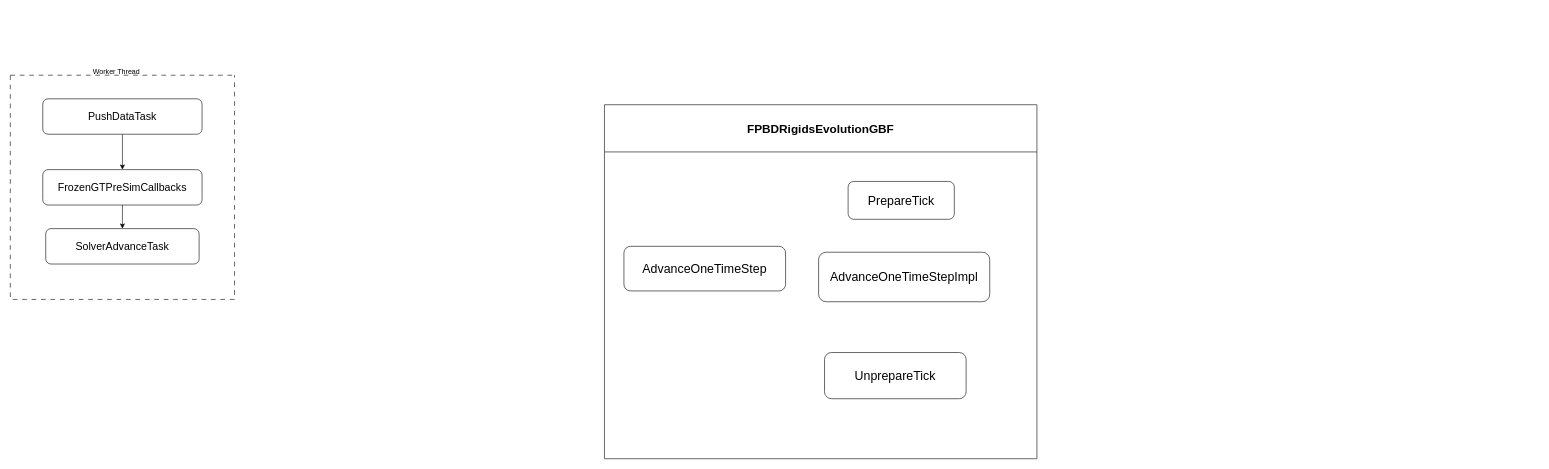
Before: ChaosPhysics.drawio in Allusteve/DrawioRepo, a draw.io diagram. Source tidied: cells renumbered, new cells numbered last; positions are measured from the earlier drawing's top-left corner, leaving out a move shared by most shapes. Both pictures are drawn from the tidied source at 59%, with x=0, y=0 at pixel (10, 63).
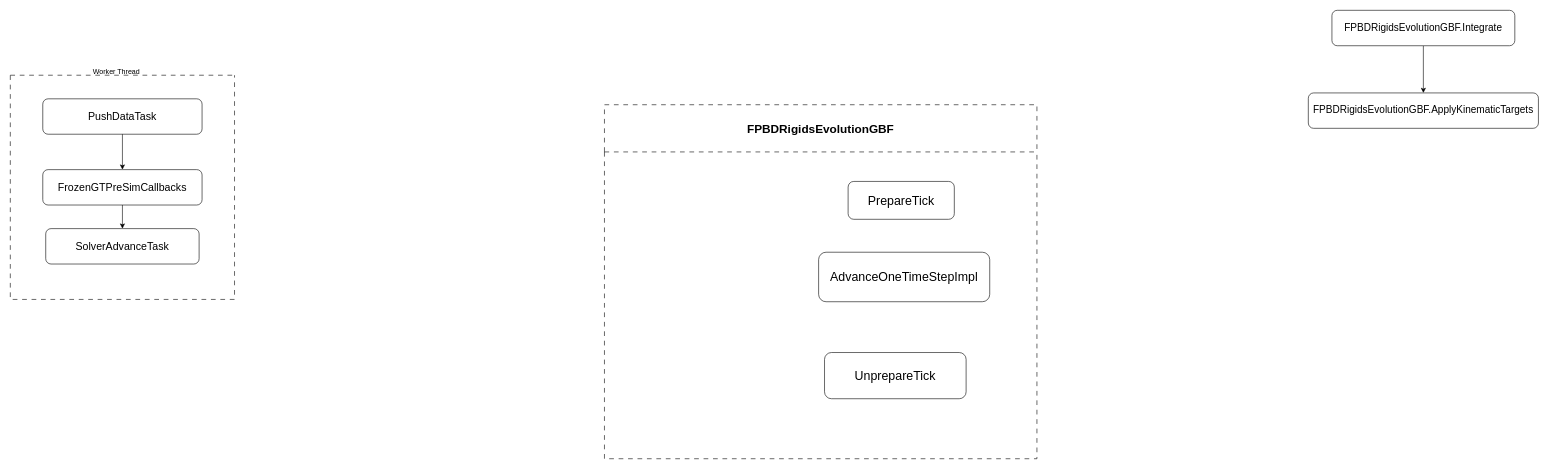
After the change.

What changed in the source:
```diff
@@
 <mxGraphModel>
   <root>
     <mxCell id="0" />
     <mxCell id="1" parent="0" />
     <mxCell id="2" value="&lt;span style=&quot;font-size: 21px;&quot;&gt;PrepareTick&lt;/span&gt;" style="rounded=1;whiteSpace=wrap;html=1;" parent="1" vertex="1">
       <mxGeometry x="1420" y="200" width="180" height="64.2" as="geometry" />
     </mxCell>
     <mxCell id="3" value="&lt;span style=&quot;font-size: 21px;&quot;&gt;AdvanceOneTimeStepImpl&lt;/span&gt;" style="rounded=1;whiteSpace=wrap;html=1;" parent="1" vertex="1">
       <mxGeometry x="1370" y="320" width="290" height="83.9" as="geometry" />
     </mxCell>
     <mxCell id="4" value="&lt;span style=&quot;font-size: 21px;&quot;&gt;UnprepareTick&lt;/span&gt;" style="rounded=1;whiteSpace=wrap;html=1;" parent="1" vertex="1">
       <mxGeometry x="1380" y="490" width="240" height="78.3" as="geometry" />
     </mxCell>
+    <mxCell id="14" style="edgeStyle=orthogonalEdgeStyle;rounded=0;jettySize=auto;html=1;exitX=0.5;exitY=1;exitDx=0;exitDy=0;" parent="1" edge="1" source="5" target="15">
+      <mxGeometry relative="1" as="geometry" />
+    </mxCell>
-    <mxCell id="5" value="&lt;div&gt;&lt;font style=&quot;font-size: 21px;&quot;&gt;AdvanceOneTimeStep&lt;/font&gt;&lt;/div&gt;" style="rounded=1;whiteSpace=wrap;html=1;" parent="1" vertex="1">
-      <mxGeometry x="1040" y="310" width="274" height="75.6" as="geometry" />
+    <mxCell id="5" value="&lt;div&gt;&lt;font style=&quot;font-size: 17px;&quot;&gt;FPBDRigidsEvolutionGBF.Integrate&lt;/font&gt;&lt;/div&gt;" style="rounded=1;whiteSpace=wrap;html=1;" parent="1" vertex="1">
+      <mxGeometry x="2240" y="-90" width="310" height="60" as="geometry" />
     </mxCell>
-    <mxCell id="6" value="&lt;font style=&quot;font-size: 20px;&quot;&gt;FPBDRigidsEvolutionGBF&lt;/font&gt;" style="swimlane;whiteSpace=wrap;html=1;startSize=80;" parent="1" vertex="1">
+    <mxCell id="6" value="&lt;font style=&quot;font-size: 20px;&quot;&gt;FPBDRigidsEvolutionGBF&lt;/font&gt;" style="swimlane;whiteSpace=wrap;html=1;startSize=80;dashed=1;dashPattern=8 8;" parent="1" vertex="1">
       <mxGeometry x="1007" y="70" width="733" height="600" as="geometry" />
     </mxCell>
     <mxCell id="7" style="swimlane;startSize=0;dashed=1;dashPattern=8 8;" parent="1" vertex="1">
       <mxGeometry y="20" width="380" height="380" as="geometry" />
     </mxCell>
     <mxCell id="8" value="&lt;div&gt;&lt;font style=&quot;font-size: 18px;&quot;&gt;PushDataTask&lt;/font&gt;&lt;/div&gt;" style="rounded=1;whiteSpace=wrap;html=1;" parent="7" vertex="1">
       <mxGeometry x="55" y="40" width="270" height="60" as="geometry" />
     </mxCell>
     <mxCell id="9" value="&lt;div&gt;&lt;font style=&quot;font-size: 18px;&quot;&gt;FrozenGTPreSimCallbacks&lt;/font&gt;&lt;/div&gt;" style="rounded=1;whiteSpace=wrap;html=1;" parent="7" vertex="1">
       <mxGeometry x="55" y="160" width="270" height="60" as="geometry" />
     </mxCell>
     <mxCell id="10" style="edgeStyle=orthogonalEdgeStyle;rounded=0;jettySize=auto;html=1;exitX=0.5;exitY=1;exitDx=0;exitDy=0;" parent="7" edge="1" source="8" target="9">
       <mxGeometry relative="1" as="geometry" />
     </mxCell>
     <mxCell id="11" value="&lt;div&gt;&lt;font style=&quot;font-size: 18px;&quot;&gt;SolverAdvanceTask&lt;/font&gt;&lt;/div&gt;" style="rounded=1;whiteSpace=wrap;html=1;" parent="7" vertex="1">
       <mxGeometry x="60" y="260" width="260" height="60" as="geometry" />
     </mxCell>
     <mxCell id="12" style="edgeStyle=orthogonalEdgeStyle;rounded=0;jettySize=auto;html=1;exitX=0.5;exitY=1;exitDx=0;exitDy=0;entryX=0.5;entryY=0;entryDx=0;entryDy=0;" parent="7" edge="1" source="9" target="11">
       <mxGeometry relative="1" as="geometry" />
     </mxCell>
     <mxCell id="13" value="Worker Thread" style="text;html=1;align=center;verticalAlign=middle;whiteSpace=wrap;rounded=0;" parent="1" vertex="1">
       <mxGeometry x="130" width="100" height="30" as="geometry" />
     </mxCell>
+    <mxCell id="15" value="&lt;div&gt;&lt;font style=&quot;font-size: 17px;&quot;&gt;FPBDRigidsEvolutionGBF.ApplyKinematicTargets&lt;/font&gt;&lt;/div&gt;" style="rounded=1;whiteSpace=wrap;html=1;" parent="1" vertex="1">
+      <mxGeometry x="2200" y="50" width="390" height="60" as="geometry" />
+    </mxCell>
   </root>
 </mxGraphModel>
```
